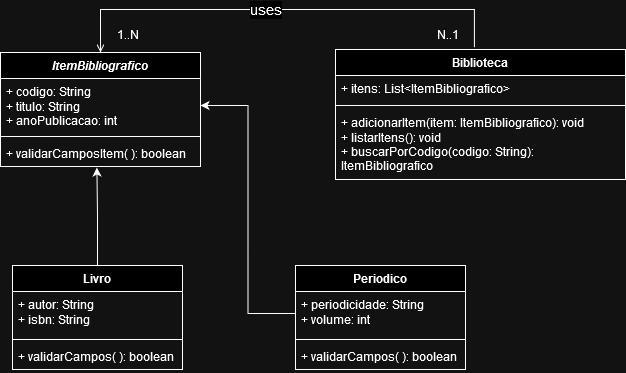
The draw.io diagram image/uml.png in isa-ntana/Biblioteca_POO, before a commit. Source tidied: cells renumbered, new cells last; positions are measured from the earlier drawing's top-left corner, leaving out a move shared by most shapes.
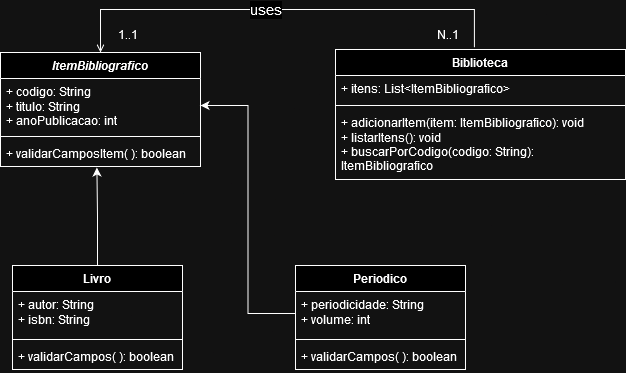
Later version of the same file.

What changed in the source:
```diff
@@ -72,8 +72,8 @@
     <mxCell id="22" value="N..1" style="text;html=1;align=center;verticalAlign=middle;strokeColor=none;fillColor=none;" parent="1" vertex="1">
       <mxGeometry x="422" y="10" width="50" height="30" as="geometry" />
     </mxCell>
-    <mxCell id="23" value="1..N" style="text;html=1;align=center;verticalAlign=middle;strokeColor=none;fillColor=none;" parent="1" vertex="1">
-      <mxGeometry x="102" y="10" width="50" height="30" as="geometry" />
+    <mxCell id="23" value="1..1" style="text;html=1;align=center;verticalAlign=middle;strokeColor=none;fillColor=none;" parent="1" vertex="1">
+      <mxGeometry x="107" y="10" width="40" height="30" as="geometry" />
     </mxCell>
   </root>
 </mxGraphModel>
```
